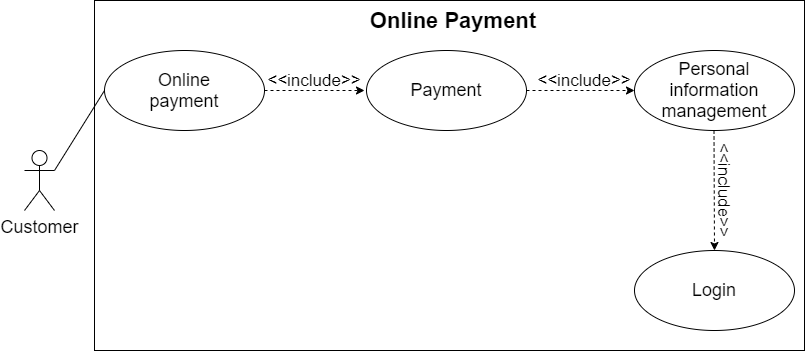
Before: module6/sprint-2/create_details_design/use-case-pay.png, a diagram exported from draw.io (chauluong1995/C0620G1-LuongPhuChau). Source tidied: cells renumbered, new cells last; positions are measured from the earlier drawing's top-left corner, leaving out a move shared by most shapes.
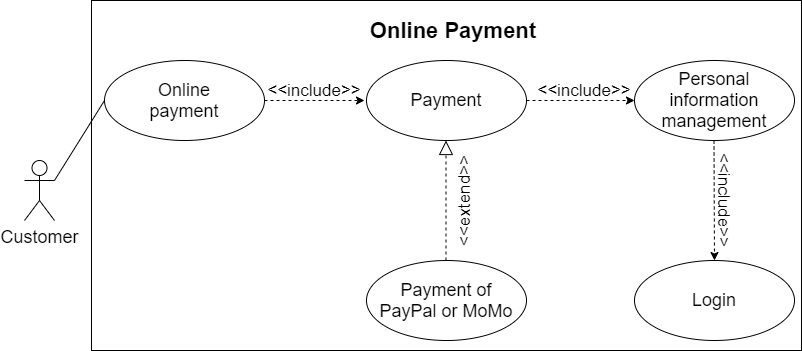
Later version of the same file.

Diff of the diagram source:
```diff
@@ -3,7 +3,7 @@
     <mxCell id="0" />
     <mxCell id="1" parent="0" />
     <mxCell id="2" style="rounded=0;whiteSpace=wrap;html=1;" parent="1" vertex="1">
-      <mxGeometry x="70" width="710" height="350" as="geometry" />
+      <mxGeometry x="67" y="-10" width="710" height="350" as="geometry" />
     </mxCell>
     <mxCell id="3" style="ellipse;whiteSpace=wrap;html=1;" parent="1" vertex="1">
       <mxGeometry x="610" y="250" width="160" height="80" as="geometry" />
@@ -62,5 +62,20 @@
         <mxPoint x="689.5" y="130" as="sourcePoint" />
       </mxGeometry>
     </mxCell>
+    <mxCell id="20" style="ellipse;whiteSpace=wrap;html=1;" parent="1" vertex="1">
+      <mxGeometry x="342" y="250" width="160" height="80" as="geometry" />
+    </mxCell>
+    <mxCell id="21" value="&lt;span style=&quot;font-size: 18px&quot;&gt;Payment of PayPal or MoMo&lt;/span&gt;" style="text;html=1;strokeColor=none;fillColor=none;align=center;verticalAlign=middle;whiteSpace=wrap;rounded=0;" parent="1" vertex="1">
+      <mxGeometry x="352" y="280" width="140" height="20" as="geometry" />
+    </mxCell>
+    <mxCell id="22" style="endArrow=block;dashed=1;endFill=0;endSize=12;html=1;" parent="1" edge="1">
+      <mxGeometry relative="1" as="geometry">
+        <mxPoint x="421.5" y="250" as="sourcePoint" />
+        <mxPoint x="421.5" y="130" as="targetPoint" />
+      </mxGeometry>
+    </mxCell>
+    <mxCell id="23" value="&amp;lt;&amp;lt;extend&amp;gt;&amp;gt;" style="text;html=1;strokeColor=none;fillColor=none;align=center;verticalAlign=middle;whiteSpace=wrap;rounded=0;rotation=-90;" parent="1" vertex="1">
+      <mxGeometry x="420" y="180" width="40" height="20" as="geometry" />
+    </mxCell>
   </root>
 </mxGraphModel>
```
